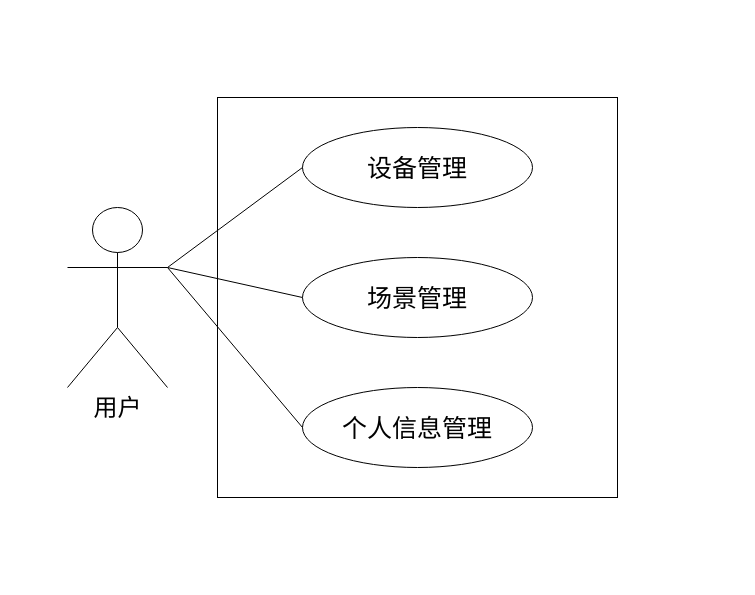
Before: 未命名绘图.drawio in MisakiMiao/SmartHome, a draw.io diagram. Source tidied: cells renumbered, new cells numbered last; positions are measured from the earlier drawing's top-left corner, leaving out a move shared by most shapes. Both pictures are drawn from the tidied source at 100%, with x=0, y=0 at pixel (67, 97).
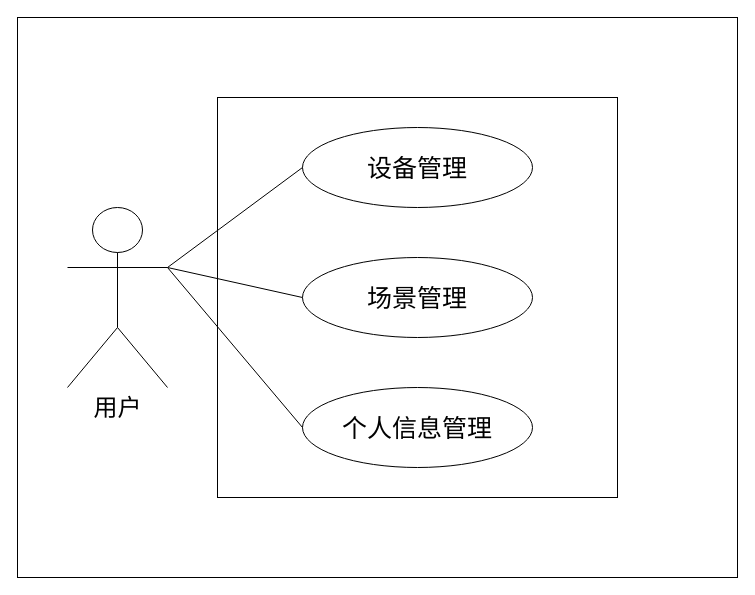
Above is the later version.

The edit, as a diff of the source:
```diff
@@
 <mxGraphModel>
   <root>
     <mxCell id="0" />
     <mxCell id="1" parent="0" />
+    <mxCell id="10" style="rounded=0;whiteSpace=wrap;html=1;" parent="1" vertex="1">
+      <mxGeometry x="-50" y="-80" width="720" height="560" as="geometry" />
+    </mxCell>
     <mxCell id="2" value="&lt;div style=&quot;font-size: 24px;&quot;&gt;&lt;span style=&quot;background-color: initial; font-size: 24px;&quot;&gt;&lt;font style=&quot;vertical-align: inherit; font-size: 24px;&quot;&gt;&lt;font style=&quot;vertical-align: inherit; font-size: 24px;&quot;&gt;用户&lt;/font&gt;&lt;/font&gt;&lt;/span&gt;&lt;br style=&quot;font-size: 24px;&quot;&gt;&lt;/div&gt;" style="shape=umlActor;verticalLabelPosition=bottom;verticalAlign=top;html=1;outlineConnect=0;fontSize=24;" parent="1" vertex="1">
       <mxGeometry y="110" width="100" height="180" as="geometry" />
     </mxCell>
     <mxCell id="3" style="whiteSpace=wrap;html=1;" parent="1" vertex="1">
       <mxGeometry x="150" width="400" height="400" as="geometry" />
     </mxCell>
     <mxCell id="4" value="个人信息管理" style="ellipse;whiteSpace=wrap;html=1;fontSize=25;" parent="1" vertex="1">
       <mxGeometry x="235" y="290" width="230" height="80" as="geometry" />
     </mxCell>
     <mxCell id="5" value="设备管理" style="ellipse;whiteSpace=wrap;html=1;fontSize=25;" parent="1" vertex="1">
       <mxGeometry x="235" y="30" width="230" height="80" as="geometry" />
     </mxCell>
     <mxCell id="6" value="场景管理" style="ellipse;whiteSpace=wrap;html=1;fontSize=25;" parent="1" vertex="1">
       <mxGeometry x="235" y="160" width="230" height="80" as="geometry" />
     </mxCell>
     <mxCell id="7" style="rounded=0;jettySize=auto;html=1;entryX=0;entryY=0.5;entryDx=0;entryDy=0;strokeColor=default;endArrow=none;endFill=0;" parent="1" edge="1" target="5">
       <mxGeometry relative="1" as="geometry">
         <mxPoint x="100" y="170" as="sourcePoint" />
       </mxGeometry>
     </mxCell>
     <mxCell id="8" style="rounded=0;jettySize=auto;html=1;entryX=0;entryY=0.5;entryDx=0;entryDy=0;strokeColor=default;endArrow=none;endFill=0;" parent="1" edge="1" target="6">
       <mxGeometry relative="1" as="geometry">
         <mxPoint x="100" y="170" as="sourcePoint" />
       </mxGeometry>
     </mxCell>
     <mxCell id="9" style="rounded=0;jettySize=auto;html=1;entryX=0;entryY=0.5;entryDx=0;entryDy=0;strokeColor=default;endArrow=none;endFill=0;exitX=1;exitY=0.3333333333333333;exitDx=0;exitDy=0;exitPerimeter=0;" parent="1" edge="1" source="2" target="4">
       <mxGeometry relative="1" as="geometry" />
     </mxCell>
   </root>
 </mxGraphModel>
```
